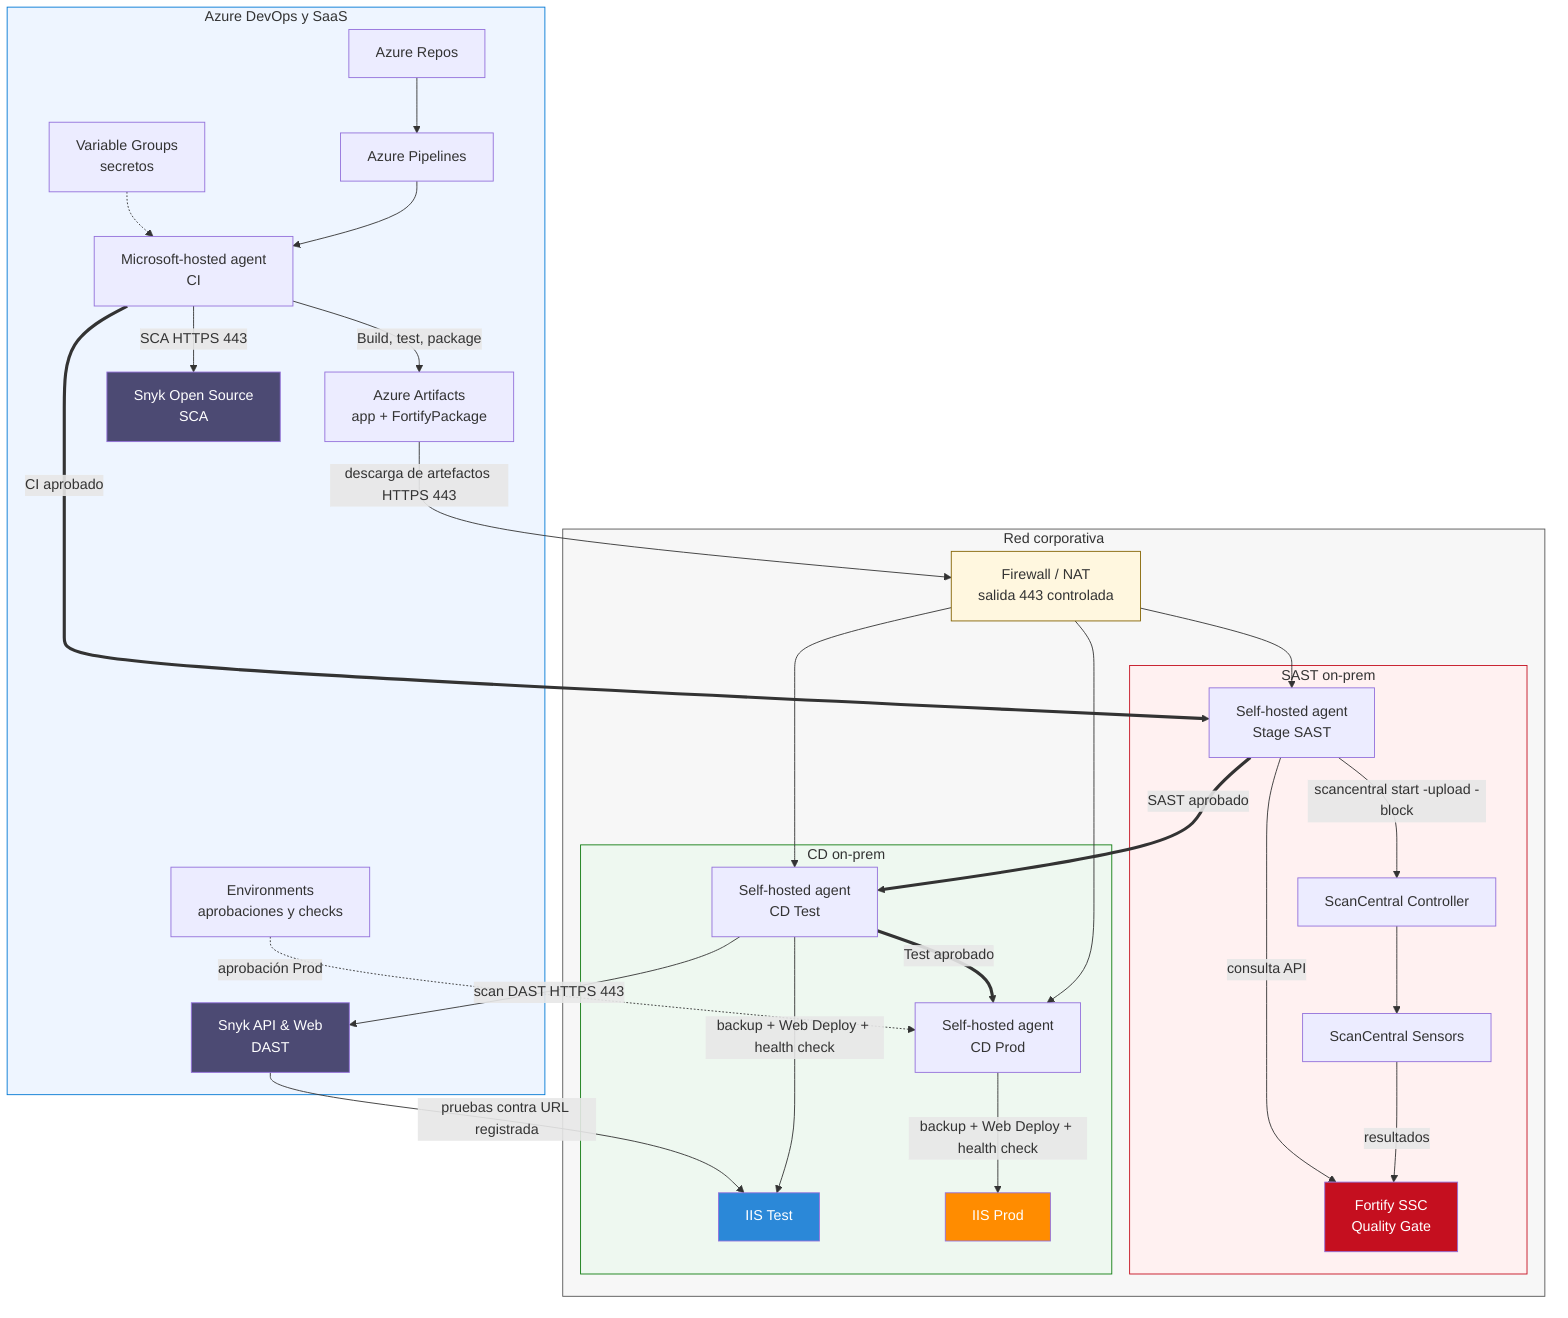
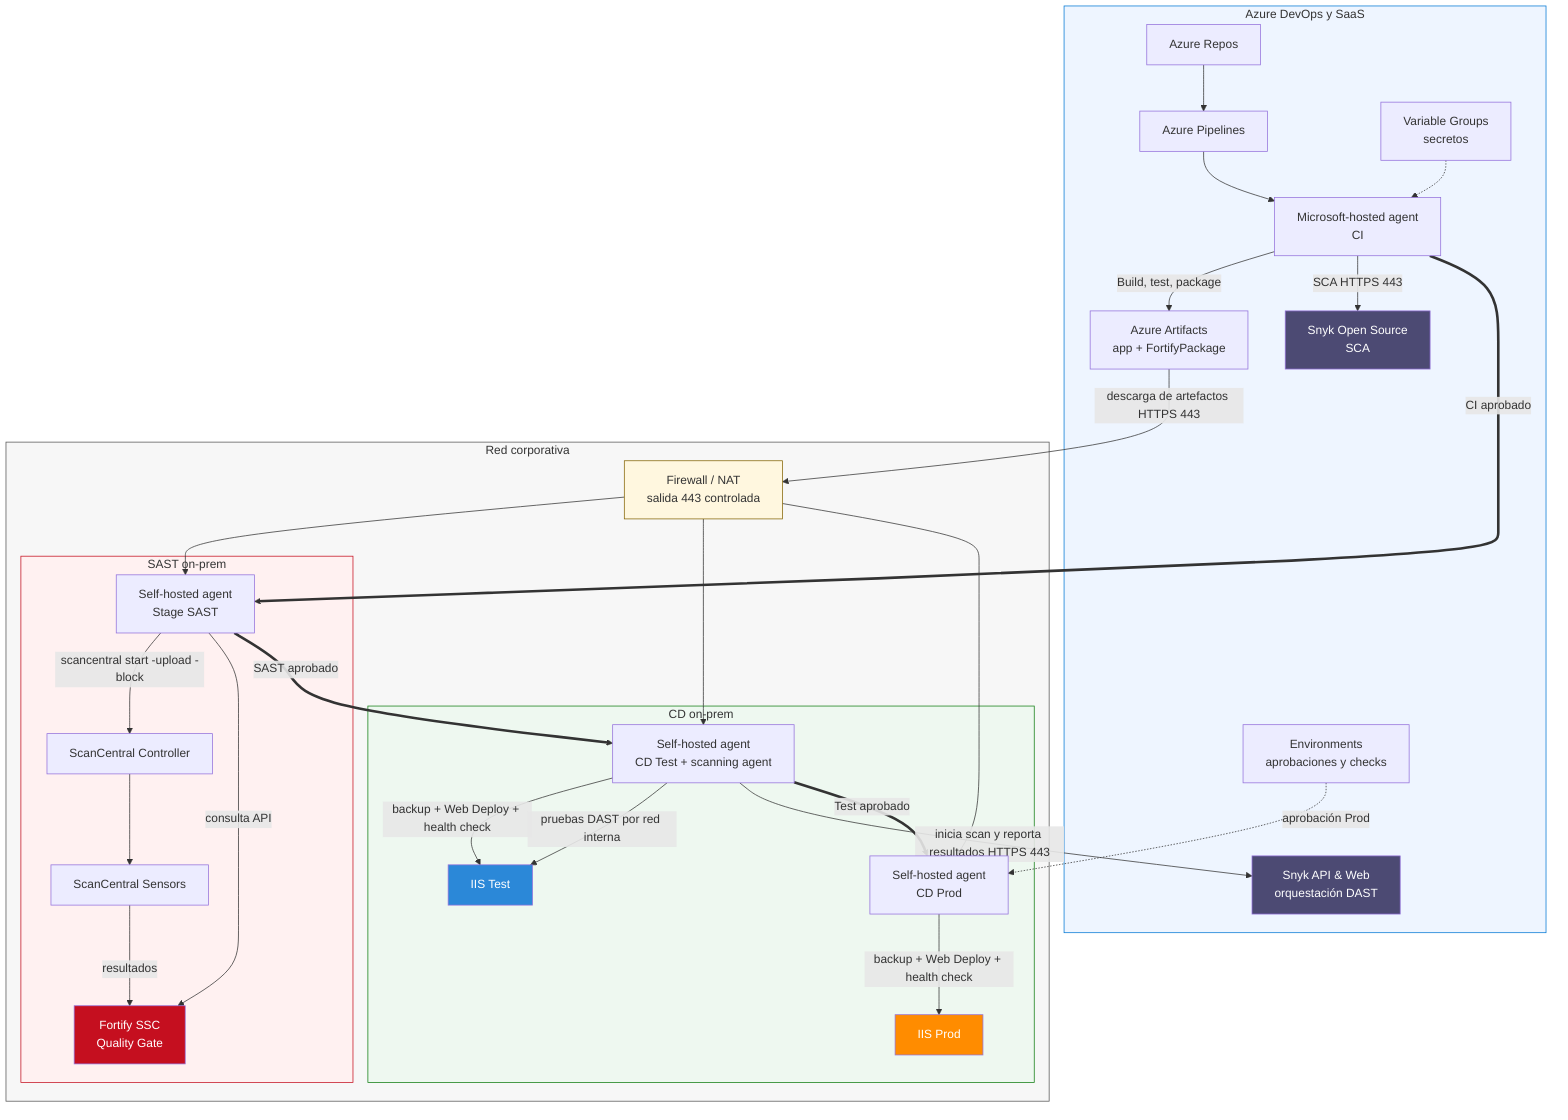
graph TD
    subgraph CLOUD["Azure DevOps y SaaS"]
        REPO["Azure Repos"]
        PIPE["Azure Pipelines"]
        ART["Azure Artifacts<br/>app + FortifyPackage"]
        ENV["Environments<br/>aprobaciones y checks"]
        LIB["Variable Groups<br/>secretos"]
        CI["Microsoft-hosted agent<br/>CI"]
        SNYK["Snyk Open Source<br/>SCA"]
-         DAST["Snyk API & Web<br/>DAST"]
+         DAST["Snyk API & Web<br/>orquestación DAST"]

        REPO --> PIPE
        PIPE --> CI
        LIB -.-> CI
        CI -->|"Build, test, package"| ART
        CI -->|"SCA HTTPS 443"| SNYK
    end

    subgraph ONPREM["Red corporativa"]
        FW["Firewall / NAT<br/>salida 443 controlada"]

        subgraph SAST_ZONE["SAST on-prem"]
            SAST["Self-hosted agent<br/>Stage SAST"]
            SC["ScanCentral Controller"]
            SENSOR["ScanCentral Sensors"]
            SSC["Fortify SSC<br/>Quality Gate"]

            SAST -->|"scancentral start -upload -block"| SC
            SC --> SENSOR
            SENSOR -->|"resultados"| SSC
            SAST -->|"consulta API"| SSC
        end

        subgraph CD_ZONE["CD on-prem"]
-             CD_TEST["Self-hosted agent<br/>CD Test"]
+             CD_TEST["Self-hosted agent<br/>CD Test + scanning agent"]
            CD_PROD["Self-hosted agent<br/>CD Prod"]
            IIS_TEST["IIS Test"]
            IIS_PROD["IIS Prod"]

            CD_TEST -->|"backup + Web Deploy + health check"| IIS_TEST
+             CD_TEST -->|"pruebas DAST por red interna"| IIS_TEST
            CD_PROD -->|"backup + Web Deploy + health check"| IIS_PROD
        end
    end

    ART -->|"descarga de artefactos HTTPS 443"| FW
    FW --> SAST
    FW --> CD_TEST
    FW --> CD_PROD
-     CD_TEST -->|"scan DAST HTTPS 443"| DAST
-     DAST -->|"pruebas contra URL registrada"| IIS_TEST
+     CD_TEST -->|"inicia scan y reporta resultados HTTPS 443"| DAST
    ENV -.->|"aprobación Prod"| CD_PROD

    CI ==>|"CI aprobado"| SAST
    SAST ==>|"SAST aprobado"| CD_TEST
    CD_TEST ==>|"Test aprobado"| CD_PROD

    style CLOUD fill:#eef5ff,stroke:#0078d4
    style ONPREM fill:#f7f7f7,stroke:#555
    style SAST_ZONE fill:#fff1f1,stroke:#c50f1f
    style CD_ZONE fill:#eef8f0,stroke:#107c10
    style FW fill:#fff7df,stroke:#856404
    style SNYK fill:#4c4a73,color:#fff
    style DAST fill:#4c4a73,color:#fff
    style SSC fill:#c50f1f,color:#fff
    style IIS_TEST fill:#2b88d8,color:#fff
    style IIS_PROD fill:#ff8c00,color:#fff
